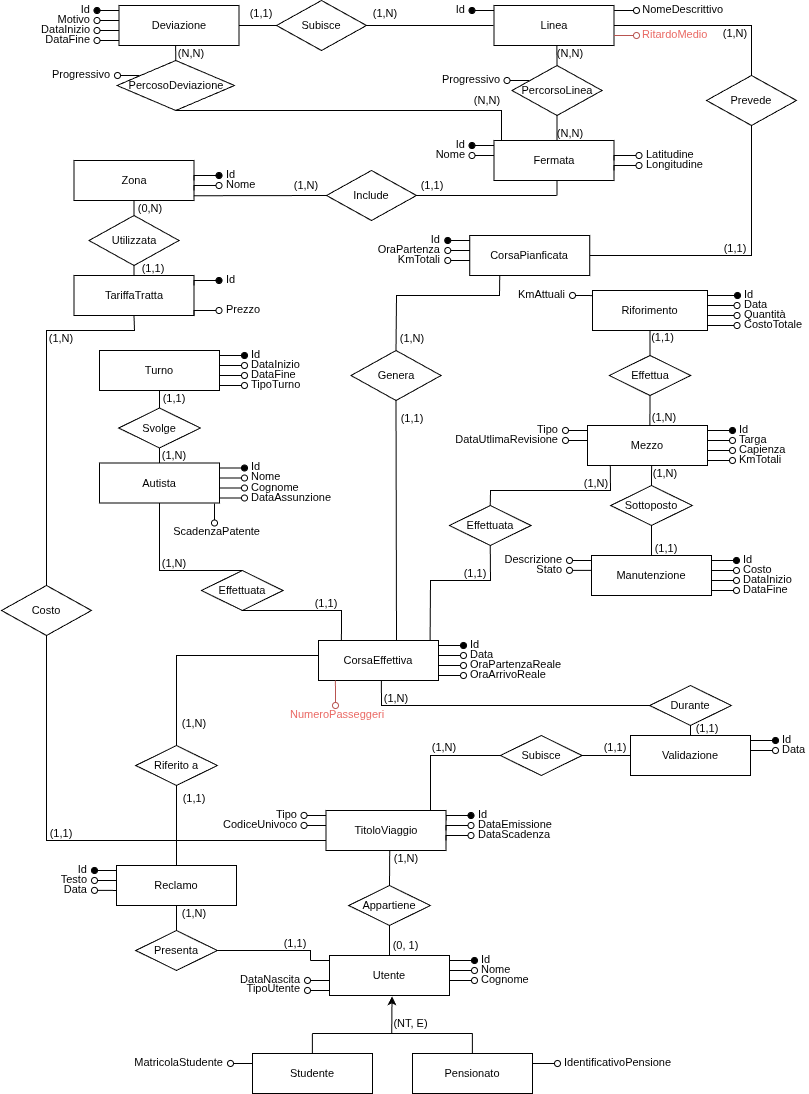
AndreaGirlando/Uni keeps this draw.io diagram as 2102 basi-di-dati/progetto/SchemaER.png. Above is the earlier version. Source tidied: cells renumbered, new cells last; positions are measured from the earlier drawing's top-left corner, leaving out a move shared by most shapes.
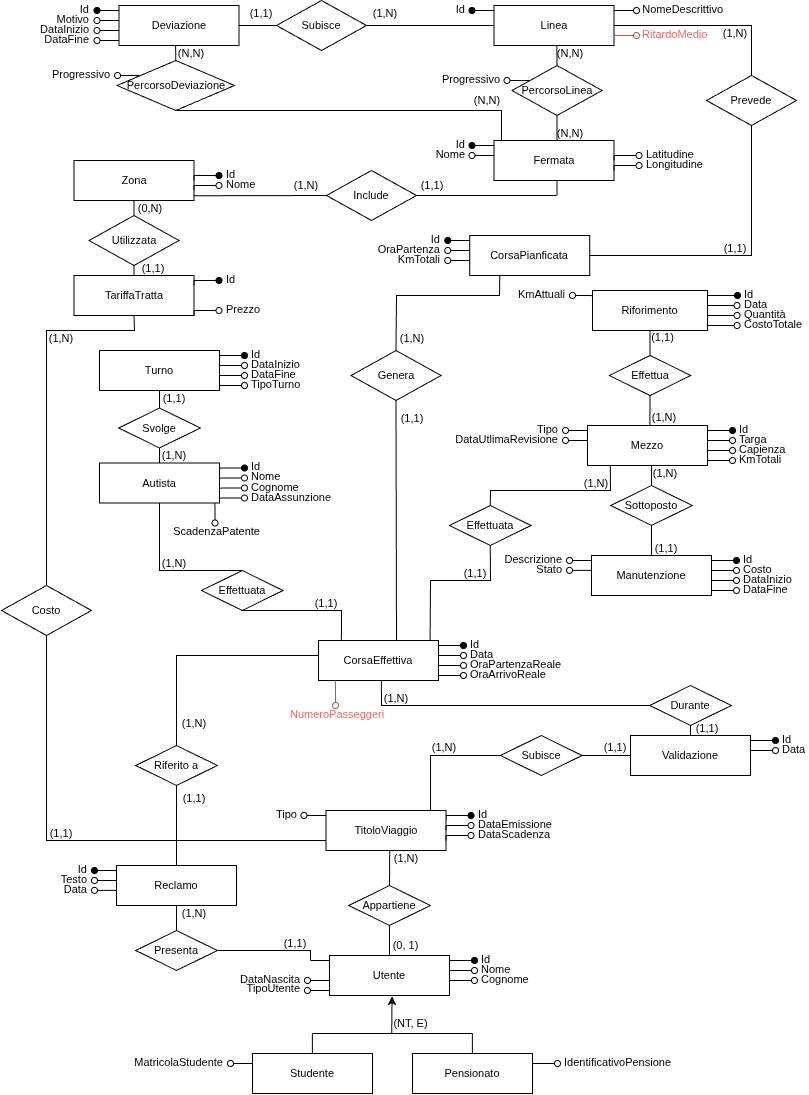
After the change.

What changed in the source:
```diff
@@ -404,19 +404,6 @@
         </Array>
       </mxGeometry>
     </mxCell>
-    <mxCell id="90" style="edgeStyle=orthogonalEdgeStyle;rounded=0;orthogonalLoop=1;jettySize=auto;html=1;startArrow=oval;startFill=0;endArrow=none;endFill=0;align=left;fontSize=11;" parent="79" edge="1">
-      <mxGeometry relative="1" as="geometry">
-        <mxPoint x="65" y="15" as="sourcePoint" />
-        <mxPoint x="87" y="15" as="targetPoint" />
-        <Array as="points">
-          <mxPoint x="75" y="15" />
-          <mxPoint x="75" y="15" />
-        </Array>
-      </mxGeometry>
-    </mxCell>
-    <mxCell id="91" value="&lt;font&gt;CodiceUnivoco&lt;/font&gt;" style="text;html=1;align=right;verticalAlign=middle;whiteSpace=wrap;rounded=0;spacingLeft=5;spacingBottom=3;fontSize=11;" parent="79" vertex="1">
-      <mxGeometry y="10" width="60" height="10" as="geometry" />
-    </mxCell>
     <mxCell id="92" value="(1,N)" style="text;html=1;align=center;verticalAlign=middle;whiteSpace=wrap;rounded=0;fontSize=11;" parent="79" vertex="1">
       <mxGeometry x="152" y="40" width="30" height="15" as="geometry" />
     </mxCell>
@@ -1078,7 +1065,7 @@
     <mxCell id="234" value="DataFine" style="text;html=1;align=right;verticalAlign=middle;whiteSpace=wrap;rounded=0;spacingLeft=5;spacingBottom=3;fontSize=11;" parent="224" vertex="1">
       <mxGeometry y="30" width="25" height="10" as="geometry" />
     </mxCell>
-    <mxCell id="235" value="PercosoDeviazione" style="shape=rhombus;perimeter=rhombusPerimeter;whiteSpace=wrap;html=1;align=center;fontSize=11;" parent="1" vertex="1">
+    <mxCell id="235" value="PercorsoDeviazione" style="shape=rhombus;perimeter=rhombusPerimeter;whiteSpace=wrap;html=1;align=center;fontSize=11;" parent="1" vertex="1">
       <mxGeometry x="116.5" y="60" width="117.5" height="50" as="geometry" />
     </mxCell>
     <mxCell id="236" style="endArrow=none;html=1;rounded=0;entryX=0.472;entryY=0.991;entryDx=0;entryDy=0;entryPerimeter=0;exitX=0.5;exitY=0;exitDx=0;exitDy=0;" parent="1" edge="1" source="235" target="225">
```
